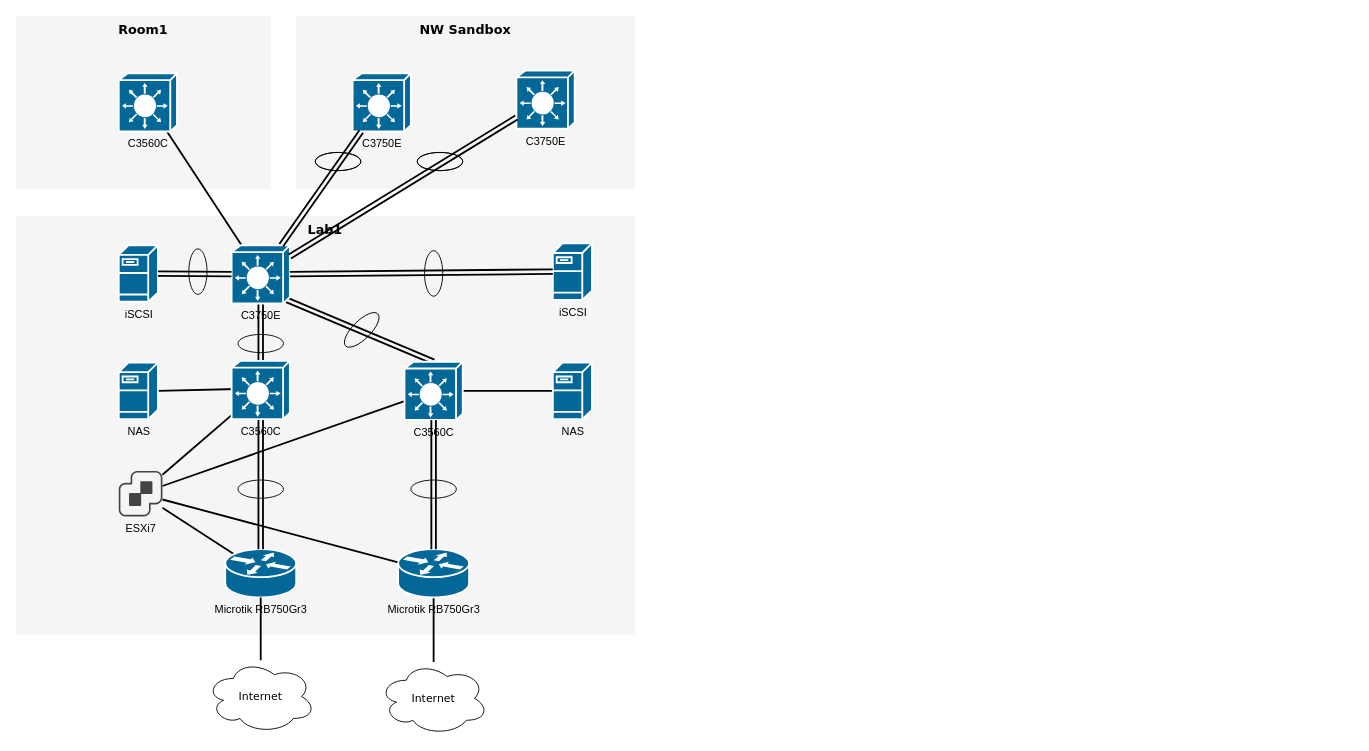
This is 名称未設定ファイル.drawio from hirofumihida/drowio-home, a draw.io file, before an edit. Source tidied: cells renumbered, new cells numbered last; positions are measured from the earlier drawing's top-left corner, leaving out a move shared by most shapes. Both pictures are drawn from the tidied source at 91%, with x=0, y=0 at pixel (15, 15).
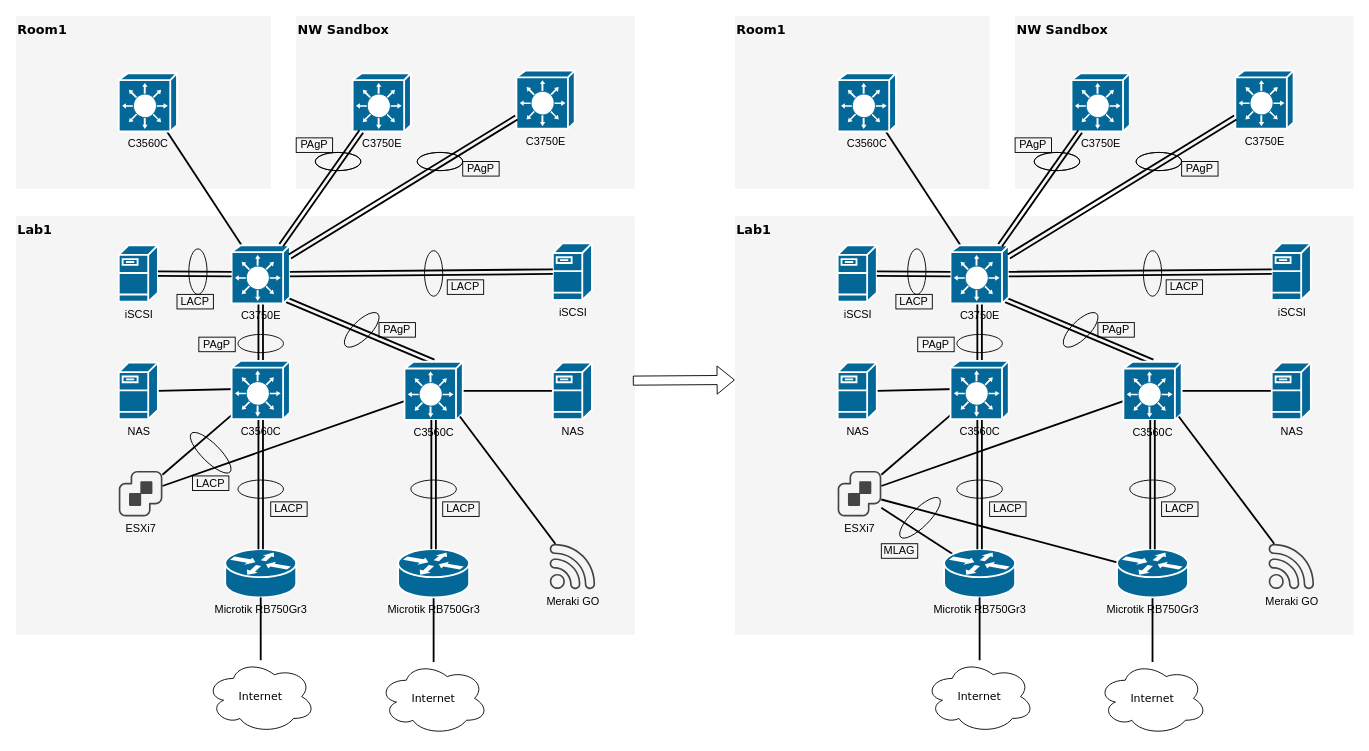
The same diagram, later.

Commit message (it also covers changes not shown here):
名称未設定ファイル.drawio を更新します

The change refers to these unchanged cells:
```xml
<mxCell id="15" value="&lt;span style=&quot;font-family: Helvetica;&quot;&gt;Microtik&amp;nbsp;&lt;/span&gt;&lt;font face=&quot;Helvetica&quot;&gt;RB750Gr3&lt;/font&gt;" style="shape=mxgraph.cisco.routers.router;html=1;dashed=0;fillColor=#036897;strokeColor=#ffffff;strokeWidth=2;verticalLabelPosition=bottom;verticalAlign=top;rounded=0;shadow=0;comic=0;fontFamily=Verdana;fontSize=12;" parent="1" vertex="1">
  <mxGeometry x="230" y="586" width="78" height="53" as="geometry" />
</mxCell>
<mxCell id="17" value="&lt;span style=&quot;font-family: Helvetica;&quot;&gt;Microtik&amp;nbsp;&lt;/span&gt;&lt;font face=&quot;Helvetica&quot;&gt;RB750Gr3&lt;/font&gt;" style="shape=mxgraph.cisco.routers.router;html=1;dashed=0;fillColor=#036897;strokeColor=#ffffff;strokeWidth=2;verticalLabelPosition=bottom;verticalAlign=top;rounded=0;shadow=0;comic=0;fontFamily=Verdana;fontSize=12;" parent="1" vertex="1">
  <mxGeometry x="420" y="586" width="78" height="53" as="geometry" />
</mxCell>
<mxCell id="20" value="C3560C" style="shape=mxgraph.cisco.switches.layer_3_switch;sketch=0;html=1;dashed=0;fillColor=#036897;strokeColor=#ffffff;strokeWidth=2;verticalLabelPosition=bottom;verticalAlign=top;align=center;outlineConnect=0;" parent="1" vertex="1">
  <mxGeometry x="427" y="380" width="64" height="64" as="geometry" />
</mxCell>
<mxCell id="22" value="ESXi7" style="sketch=0;shadow=0;dashed=0;html=1;strokeColor=none;fillColor=#434445;labelPosition=center;verticalLabelPosition=bottom;verticalAlign=top;align=center;outlineConnect=0;shape=mxgraph.vvd.vcenter_server;" parent="1" vertex="1">
  <mxGeometry x="113" y="500" width="48" height="50" as="geometry" />
</mxCell>
```

What changed in the source:
```diff
@@
-    <mxCell id="2" value="NW Sandbox" style="whiteSpace=wrap;html=1;rounded=0;shadow=0;comic=0;strokeWidth=1;fontFamily=Verdana;fontSize=14;fillColor=#f5f5f5;strokeColor=none;verticalAlign=top;fontStyle=1;" parent="1" vertex="1">
+    <mxCell id="2" value="NW Sandbox" style="whiteSpace=wrap;html=1;rounded=0;shadow=0;comic=0;strokeWidth=1;fontFamily=Verdana;fontSize=14;fillColor=#f5f5f5;strokeColor=none;verticalAlign=top;fontStyle=1;align=left;" parent="1" vertex="1">
       <mxGeometry x="308" width="372" height="190" as="geometry" />
     </mxCell>
-    <mxCell id="3" value="Room1" style="whiteSpace=wrap;html=1;rounded=0;shadow=0;comic=0;strokeWidth=1;fontFamily=Verdana;fontSize=14;fillColor=#f5f5f5;strokeColor=none;verticalAlign=top;fontStyle=1;" parent="1" vertex="1">
+    <mxCell id="3" value="Room1" style="whiteSpace=wrap;html=1;rounded=0;shadow=0;comic=0;strokeWidth=1;fontFamily=Verdana;fontSize=14;fillColor=#f5f5f5;strokeColor=none;verticalAlign=top;fontStyle=1;align=left;" parent="1" vertex="1">
       <mxGeometry width="280" height="190" as="geometry" />
     </mxCell>
-    <mxCell id="4" value="Lab1" style="whiteSpace=wrap;html=1;rounded=0;shadow=0;comic=0;strokeWidth=1;fontFamily=Verdana;fontSize=14;fillColor=#f5f5f5;strokeColor=none;verticalAlign=top;fontStyle=1;" parent="1" vertex="1">
+    <mxCell id="4" value="Lab1" style="whiteSpace=wrap;html=1;rounded=0;shadow=0;comic=0;strokeWidth=1;fontFamily=Verdana;fontSize=14;fillColor=#f5f5f5;strokeColor=none;verticalAlign=top;fontStyle=1;align=left;" parent="1" vertex="1">
       <mxGeometry y="220" width="680" height="460" as="geometry" />
     </mxCell>
@@
-    <mxCell id="6" style="edgeStyle=none;html=1;labelBackgroundColor=none;startFill=0;endArrow=none;endFill=0;strokeWidth=2;fontFamily=Verdana;fontSize=12;exitX=0.026;exitY=0.283;exitDx=0;exitDy=0;exitPerimeter=0;" parent="1" edge="1" source="17" target="22">
-      <mxGeometry relative="1" as="geometry" />
-    </mxCell>
-    <mxCell id="7" style="edgeStyle=none;html=1;labelBackgroundColor=none;startFill=0;endArrow=none;endFill=0;strokeWidth=2;fontFamily=Verdana;fontSize=12;entryX=0.12;entryY=0.1;entryDx=0;entryDy=0;entryPerimeter=0;" parent="1" edge="1" source="22" target="15">
-      <mxGeometry relative="1" as="geometry" />
-    </mxCell>
@@
+    <mxCell id="47" value="Meraki GO" style="sketch=0;shadow=0;dashed=0;html=1;strokeColor=none;fillColor=#434445;labelPosition=center;verticalLabelPosition=bottom;verticalAlign=top;align=center;outlineConnect=0;shape=mxgraph.vvd.wi_fi;" parent="1" vertex="1">
+      <mxGeometry x="586.5" y="580" width="50" height="50" as="geometry" />
+    </mxCell>
+    <mxCell id="48" style="edgeStyle=none;html=1;labelBackgroundColor=none;startFill=0;endArrow=none;endFill=0;strokeWidth=2;fontFamily=Verdana;fontSize=12;exitX=0.95;exitY=0.94;exitDx=0;exitDy=0;exitPerimeter=0;" parent="1" edge="1" source="20" target="47">
+      <mxGeometry relative="1" as="geometry" />
+    </mxCell>
+    <mxCell id="49" style="ellipse;whiteSpace=wrap;html=1;fillColor=none;direction=west;rotation=45;" parent="1" vertex="1">
+      <mxGeometry x="184" y="470" width="60" height="20" as="geometry" />
+    </mxCell>
+    <mxCell id="50" value="LACP" style="rounded=0;whiteSpace=wrap;html=1;fillColor=none;" parent="1" vertex="1">
+      <mxGeometry x="469" y="534" width="40" height="16" as="geometry" />
+    </mxCell>
+    <mxCell id="51" value="LACP" style="rounded=0;whiteSpace=wrap;html=1;fillColor=none;" parent="1" vertex="1">
+      <mxGeometry x="280" y="534" width="40" height="16" as="geometry" />
+    </mxCell>
+    <mxCell id="52" value="LACP" style="rounded=0;whiteSpace=wrap;html=1;fillColor=none;" parent="1" vertex="1">
+      <mxGeometry x="194" y="505.5" width="40" height="16" as="geometry" />
+    </mxCell>
+    <mxCell id="53" value="LACP" style="rounded=0;whiteSpace=wrap;html=1;fillColor=none;" parent="1" vertex="1">
+      <mxGeometry x="474" y="290" width="40" height="16" as="geometry" />
+    </mxCell>
+    <mxCell id="54" value="LACP" style="rounded=0;whiteSpace=wrap;html=1;fillColor=none;" parent="1" vertex="1">
+      <mxGeometry x="177" y="306" width="40" height="16" as="geometry" />
+    </mxCell>
+    <mxCell id="55" value="PAgP" style="rounded=0;whiteSpace=wrap;html=1;fillColor=none;" parent="1" vertex="1">
+      <mxGeometry x="399" y="337" width="40" height="16" as="geometry" />
+    </mxCell>
+    <mxCell id="56" value="PAgP" style="rounded=0;whiteSpace=wrap;html=1;fillColor=none;" parent="1" vertex="1">
+      <mxGeometry x="201" y="353" width="40" height="16" as="geometry" />
+    </mxCell>
+    <mxCell id="57" value="PAgP" style="rounded=0;whiteSpace=wrap;html=1;fillColor=none;" parent="1" vertex="1">
+      <mxGeometry x="308" y="134" width="40" height="16" as="geometry" />
+    </mxCell>
+    <mxCell id="58" value="PAgP" style="rounded=0;whiteSpace=wrap;html=1;fillColor=none;" parent="1" vertex="1">
+      <mxGeometry x="491" y="160" width="40" height="16" as="geometry" />
+    </mxCell>
+    <mxCell id="59" value="NW Sandbox" style="whiteSpace=wrap;html=1;rounded=0;shadow=0;comic=0;strokeWidth=1;fontFamily=Verdana;fontSize=14;fillColor=#f5f5f5;strokeColor=none;verticalAlign=top;fontStyle=1;align=left;" parent="1" vertex="1">
+      <mxGeometry x="1098" width="372" height="190" as="geometry" />
+    </mxCell>
+    <mxCell id="60" value="Room1" style="whiteSpace=wrap;html=1;rounded=0;shadow=0;comic=0;strokeWidth=1;fontFamily=Verdana;fontSize=14;fillColor=#f5f5f5;strokeColor=none;verticalAlign=top;fontStyle=1;align=left;" parent="1" vertex="1">
+      <mxGeometry x="790" width="280" height="190" as="geometry" />
+    </mxCell>
+    <mxCell id="61" value="Lab1" style="whiteSpace=wrap;html=1;rounded=0;shadow=0;comic=0;strokeWidth=1;fontFamily=Verdana;fontSize=14;fillColor=#f5f5f5;strokeColor=none;verticalAlign=top;fontStyle=1;align=left;" parent="1" vertex="1">
+      <mxGeometry x="790" y="220" width="680" height="460" as="geometry" />
+    </mxCell>
+    <mxCell id="62" style="edgeStyle=none;html=1;labelBackgroundColor=none;startFill=0;endArrow=none;endFill=0;strokeWidth=2;fontFamily=Verdana;fontSize=12;" parent="1" edge="1" source="88" target="79">
+      <mxGeometry relative="1" as="geometry" />
+    </mxCell>
+    <mxCell id="63" style="edgeStyle=none;html=1;labelBackgroundColor=none;startFill=0;endArrow=none;endFill=0;strokeWidth=2;fontFamily=Verdana;fontSize=12;exitX=0.026;exitY=0.283;exitDx=0;exitDy=0;exitPerimeter=0;" parent="1" edge="1" source="74" target="79">
+      <mxGeometry relative="1" as="geometry" />
+    </mxCell>
+    <mxCell id="64" style="edgeStyle=none;html=1;labelBackgroundColor=none;startFill=0;endArrow=none;endFill=0;strokeWidth=2;fontFamily=Verdana;fontSize=12;entryX=0.12;entryY=0.1;entryDx=0;entryDy=0;entryPerimeter=0;" parent="1" edge="1" source="79" target="72">
+      <mxGeometry relative="1" as="geometry" />
+    </mxCell>
+    <mxCell id="65" style="edgeStyle=none;html=1;labelBackgroundColor=none;startFill=0;endArrow=none;endFill=0;strokeWidth=2;fontFamily=Verdana;fontSize=12;" parent="1" edge="1" source="77" target="79">
+      <mxGeometry relative="1" as="geometry" />
+    </mxCell>
+    <mxCell id="66" style="edgeStyle=none;html=1;labelBackgroundColor=none;startFill=0;endArrow=none;endFill=0;strokeWidth=2;fontFamily=Verdana;fontSize=12;exitX=0.95;exitY=0.94;exitDx=0;exitDy=0;exitPerimeter=0;entryX=0.5;entryY=0;entryDx=0;entryDy=0;entryPerimeter=0;shape=link;" parent="1" edge="1" source="78" target="77">
+      <mxGeometry relative="1" as="geometry" />
+    </mxCell>
+    <mxCell id="67" style="edgeStyle=none;html=1;labelBackgroundColor=none;startFill=0;endArrow=none;endFill=0;strokeWidth=2;fontFamily=Verdana;fontSize=12;entryX=1;entryY=0.5;entryDx=0;entryDy=0;entryPerimeter=0;exitX=0.109;exitY=0.484;exitDx=0;exitDy=0;exitPerimeter=0;" parent="1" edge="1" source="88" target="81">
+      <mxGeometry relative="1" as="geometry" />
+    </mxCell>
+    <mxCell id="68" style="edgeStyle=none;html=1;labelBackgroundColor=none;startFill=0;endArrow=none;endFill=0;strokeWidth=2;fontFamily=Verdana;fontSize=12;entryX=0.5;entryY=0.172;entryDx=0;entryDy=0;entryPerimeter=0;exitX=0.5;exitY=1;exitDx=0;exitDy=0;exitPerimeter=0;shape=link;" parent="1" edge="1" source="78" target="88">
+      <mxGeometry relative="1" as="geometry" />
+    </mxCell>
+    <mxCell id="69" style="edgeStyle=none;html=1;labelBackgroundColor=none;startFill=0;endArrow=none;endFill=0;strokeWidth=2;fontFamily=Verdana;fontSize=12;" parent="1" edge="1" source="77" target="80">
+      <mxGeometry relative="1" as="geometry" />
+    </mxCell>
+    <mxCell id="70" style="edgeStyle=none;html=1;labelBackgroundColor=none;startFill=0;endArrow=none;endFill=0;strokeWidth=2;fontFamily=Verdana;fontSize=12;" parent="1" edge="1" source="82" target="78">
+      <mxGeometry relative="1" as="geometry" />
+    </mxCell>
+    <mxCell id="71" value="Internet" style="ellipse;shape=cloud;whiteSpace=wrap;html=1;rounded=0;shadow=0;comic=0;strokeWidth=1;fontFamily=Verdana;fontSize=12;" parent="1" vertex="1">
+      <mxGeometry x="1189" y="710" width="120" height="80" as="geometry" />
+    </mxCell>
+    <mxCell id="72" value="&lt;span style=&quot;font-family: Helvetica;&quot;&gt;Microtik&amp;nbsp;&lt;/span&gt;&lt;font face=&quot;Helvetica&quot;&gt;RB750Gr3&lt;/font&gt;" style="shape=mxgraph.cisco.routers.router;html=1;dashed=0;fillColor=#036897;strokeColor=#ffffff;strokeWidth=2;verticalLabelPosition=bottom;verticalAlign=top;rounded=0;shadow=0;comic=0;fontFamily=Verdana;fontSize=12;" parent="1" vertex="1">
+      <mxGeometry x="1020" y="586" width="78" height="53" as="geometry" />
+    </mxCell>
+    <mxCell id="73" style="edgeStyle=none;html=1;labelBackgroundColor=none;startFill=0;endArrow=none;endFill=0;strokeWidth=2;fontFamily=Verdana;fontSize=12;" parent="1" edge="1" source="74" target="71">
+      <mxGeometry relative="1" as="geometry" />
+    </mxCell>
+    <mxCell id="74" value="&lt;span style=&quot;font-family: Helvetica;&quot;&gt;Microtik&amp;nbsp;&lt;/span&gt;&lt;font face=&quot;Helvetica&quot;&gt;RB750Gr3&lt;/font&gt;" style="shape=mxgraph.cisco.routers.router;html=1;dashed=0;fillColor=#036897;strokeColor=#ffffff;strokeWidth=2;verticalLabelPosition=bottom;verticalAlign=top;rounded=0;shadow=0;comic=0;fontFamily=Verdana;fontSize=12;" parent="1" vertex="1">
+      <mxGeometry x="1210" y="586" width="78" height="53" as="geometry" />
+    </mxCell>
+    <mxCell id="75" value="Internet" style="ellipse;shape=cloud;whiteSpace=wrap;html=1;rounded=0;shadow=0;comic=0;strokeWidth=1;fontFamily=Verdana;fontSize=12;" parent="1" vertex="1">
+      <mxGeometry x="999" y="708" width="120" height="80" as="geometry" />
+    </mxCell>
+    <mxCell id="76" style="edgeStyle=none;html=1;labelBackgroundColor=none;startFill=0;endArrow=none;endFill=0;strokeWidth=2;fontFamily=Verdana;fontSize=12;exitX=0.5;exitY=1;exitDx=0;exitDy=0;exitPerimeter=0;" parent="1" edge="1" source="72" target="75">
+      <mxGeometry relative="1" as="geometry" />
+    </mxCell>
+    <mxCell id="77" value="C3560C" style="shape=mxgraph.cisco.switches.layer_3_switch;sketch=0;html=1;dashed=0;fillColor=#036897;strokeColor=#ffffff;strokeWidth=2;verticalLabelPosition=bottom;verticalAlign=top;align=center;outlineConnect=0;" parent="1" vertex="1">
+      <mxGeometry x="1217" y="380" width="64" height="64" as="geometry" />
+    </mxCell>
+    <mxCell id="78" value="C3750E" style="shape=mxgraph.cisco.switches.layer_3_switch;sketch=0;html=1;dashed=0;fillColor=#036897;strokeColor=#ffffff;strokeWidth=2;verticalLabelPosition=bottom;verticalAlign=top;align=center;outlineConnect=0;" parent="1" vertex="1">
+      <mxGeometry x="1027" y="252" width="64" height="64" as="geometry" />
+    </mxCell>
+    <mxCell id="79" value="ESXi7" style="sketch=0;shadow=0;dashed=0;html=1;strokeColor=none;fillColor=#434445;labelPosition=center;verticalLabelPosition=bottom;verticalAlign=top;align=center;outlineConnect=0;shape=mxgraph.vvd.vcenter_server;" parent="1" vertex="1">
+      <mxGeometry x="903" y="500" width="48" height="50" as="geometry" />
+    </mxCell>
+    <mxCell id="80" value="NAS" style="shape=mxgraph.cisco.servers.fileserver;html=1;dashed=0;fillColor=#036897;strokeColor=#ffffff;strokeWidth=2;verticalLabelPosition=bottom;verticalAlign=top;align=center;outlineConnect=0;" parent="1" vertex="1">
+      <mxGeometry x="1380" y="381" width="43" height="62" as="geometry" />
+    </mxCell>
+    <mxCell id="81" value="NAS" style="shape=mxgraph.cisco.servers.fileserver;html=1;dashed=0;fillColor=#036897;strokeColor=#ffffff;strokeWidth=2;verticalLabelPosition=bottom;verticalAlign=top;align=center;outlineConnect=0;" parent="1" vertex="1">
+      <mxGeometry x="903" y="381" width="43" height="62" as="geometry" />
+    </mxCell>
+    <mxCell id="82" value="C&lt;span style=&quot;background-color: initial;&quot;&gt;3560C&lt;/span&gt;" style="shape=mxgraph.cisco.switches.layer_3_switch;sketch=0;html=1;dashed=0;fillColor=#036897;strokeColor=#ffffff;strokeWidth=2;verticalLabelPosition=bottom;verticalAlign=top;align=center;outlineConnect=0;" parent="1" vertex="1">
+      <mxGeometry x="903" y="63" width="64" height="64" as="geometry" />
+    </mxCell>
+    <mxCell id="83" value="C3750E" style="shape=mxgraph.cisco.switches.layer_3_switch;sketch=0;html=1;dashed=0;fillColor=#036897;strokeColor=#ffffff;strokeWidth=2;verticalLabelPosition=bottom;verticalAlign=top;align=center;outlineConnect=0;" parent="1" vertex="1">
+      <mxGeometry x="1160" y="63" width="64" height="64" as="geometry" />
+    </mxCell>
+    <mxCell id="84" value="C3750E" style="shape=mxgraph.cisco.switches.layer_3_switch;sketch=0;html=1;dashed=0;fillColor=#036897;strokeColor=#ffffff;strokeWidth=2;verticalLabelPosition=bottom;verticalAlign=top;align=center;outlineConnect=0;" parent="1" vertex="1">
+      <mxGeometry x="1340" y="60" width="64" height="64" as="geometry" />
+    </mxCell>
+    <mxCell id="85" value="iSCSI" style="shape=mxgraph.cisco.servers.fileserver;html=1;dashed=0;fillColor=#036897;strokeColor=#ffffff;strokeWidth=2;verticalLabelPosition=bottom;verticalAlign=top;align=center;outlineConnect=0;" parent="1" vertex="1">
+      <mxGeometry x="903" y="252" width="43" height="62" as="geometry" />
+    </mxCell>
+    <mxCell id="86" value="iSCSI" style="shape=mxgraph.cisco.servers.fileserver;html=1;dashed=0;fillColor=#036897;strokeColor=#ffffff;strokeWidth=2;verticalLabelPosition=bottom;verticalAlign=top;align=center;outlineConnect=0;" parent="1" vertex="1">
+      <mxGeometry x="1380" y="250" width="43" height="62" as="geometry" />
+    </mxCell>
+    <mxCell id="87" style="edgeStyle=none;html=1;labelBackgroundColor=none;startFill=0;endArrow=none;endFill=0;strokeWidth=2;fontFamily=Verdana;fontSize=12;entryX=0.5;entryY=0;entryDx=0;entryDy=0;entryPerimeter=0;shape=link;" parent="1" edge="1" source="88" target="72">
+      <mxGeometry relative="1" as="geometry" />
+    </mxCell>
+    <mxCell id="88" value="C3560C" style="shape=mxgraph.cisco.switches.layer_3_switch;sketch=0;html=1;dashed=0;fillColor=#036897;strokeColor=#ffffff;strokeWidth=2;verticalLabelPosition=bottom;verticalAlign=top;align=center;outlineConnect=0;" parent="1" vertex="1">
+      <mxGeometry x="1027" y="379" width="64" height="64" as="geometry" />
+    </mxCell>
+    <mxCell id="89" style="edgeStyle=none;html=1;labelBackgroundColor=none;startFill=0;endArrow=none;endFill=0;strokeWidth=2;fontFamily=Verdana;fontSize=12;shape=link;exitX=0.5;exitY=1;exitDx=0;exitDy=0;exitPerimeter=0;" parent="1" edge="1" source="77" target="74">
+      <mxGeometry relative="1" as="geometry" />
+    </mxCell>
+    <mxCell id="90" style="edgeStyle=none;html=1;labelBackgroundColor=none;startFill=0;endArrow=none;endFill=0;strokeWidth=2;fontFamily=Verdana;fontSize=12;shape=link;" parent="1" edge="1" source="85" target="78">
+      <mxGeometry relative="1" as="geometry" />
+    </mxCell>
+    <mxCell id="91" style="edgeStyle=none;html=1;labelBackgroundColor=none;startFill=0;endArrow=none;endFill=0;strokeWidth=2;fontFamily=Verdana;fontSize=12;shape=link;entryX=0;entryY=0.5;entryDx=0;entryDy=0;entryPerimeter=0;" parent="1" edge="1" source="78" target="86">
+      <mxGeometry relative="1" as="geometry" />
+    </mxCell>
+    <mxCell id="92" style="edgeStyle=none;html=1;labelBackgroundColor=none;startFill=0;endArrow=none;endFill=0;strokeWidth=2;fontFamily=Verdana;fontSize=12;shape=link;" parent="1" edge="1" source="78" target="84">
+      <mxGeometry relative="1" as="geometry" />
+    </mxCell>
+    <mxCell id="93" style="ellipse;whiteSpace=wrap;html=1;fillColor=none;" parent="1" vertex="1">
+      <mxGeometry x="1224" y="510" width="50" height="20" as="geometry" />
+    </mxCell>
+    <mxCell id="94" style="ellipse;whiteSpace=wrap;html=1;fillColor=none;" parent="1" vertex="1">
+      <mxGeometry x="1034" y="510" width="50" height="20" as="geometry" />
+    </mxCell>
+    <mxCell id="95" style="ellipse;whiteSpace=wrap;html=1;fillColor=none;" parent="1" vertex="1">
+      <mxGeometry x="1034" y="350" width="50" height="20" as="geometry" />
+    </mxCell>
+    <mxCell id="96" style="ellipse;whiteSpace=wrap;html=1;fillColor=none;" parent="1" vertex="1">
+      <mxGeometry x="1231" y="150" width="50" height="20" as="geometry" />
+    </mxCell>
+    <mxCell id="97" style="edgeStyle=none;html=1;labelBackgroundColor=none;startFill=0;endArrow=none;endFill=0;strokeWidth=2;fontFamily=Verdana;fontSize=12;shape=link;" parent="1" edge="1" source="78" target="83">
+      <mxGeometry relative="1" as="geometry" />
+    </mxCell>
+    <mxCell id="98" style="ellipse;whiteSpace=wrap;html=1;fillColor=none;direction=south;" parent="1" vertex="1">
+      <mxGeometry x="1239" y="258" width="20" height="50" as="geometry" />
+    </mxCell>
+    <mxCell id="99" style="ellipse;whiteSpace=wrap;html=1;fillColor=none;direction=south;" parent="1" vertex="1">
+      <mxGeometry x="980" y="256" width="20" height="50" as="geometry" />
+    </mxCell>
+    <mxCell id="100" style="ellipse;whiteSpace=wrap;html=1;fillColor=none;" parent="1" vertex="1">
+      <mxGeometry x="1231" y="150" width="50" height="20" as="geometry" />
+    </mxCell>
+    <mxCell id="101" style="ellipse;whiteSpace=wrap;html=1;fillColor=none;" parent="1" vertex="1">
+      <mxGeometry x="1119" y="150" width="50" height="20" as="geometry" />
+    </mxCell>
+    <mxCell id="102" style="ellipse;whiteSpace=wrap;html=1;fillColor=none;" parent="1" vertex="1">
+      <mxGeometry x="1119" y="150" width="50" height="20" as="geometry" />
+    </mxCell>
+    <mxCell id="103" style="ellipse;whiteSpace=wrap;html=1;fillColor=none;direction=south;rotation=45;" parent="1" vertex="1">
+      <mxGeometry x="1160" y="320" width="20" height="50" as="geometry" />
+    </mxCell>
+    <mxCell id="104" value="Meraki GO" style="sketch=0;shadow=0;dashed=0;html=1;strokeColor=none;fillColor=#434445;labelPosition=center;verticalLabelPosition=bottom;verticalAlign=top;align=center;outlineConnect=0;shape=mxgraph.vvd.wi_fi;" parent="1" vertex="1">
+      <mxGeometry x="1376.5" y="580" width="50" height="50" as="geometry" />
+    </mxCell>
+    <mxCell id="105" style="edgeStyle=none;html=1;labelBackgroundColor=none;startFill=0;endArrow=none;endFill=0;strokeWidth=2;fontFamily=Verdana;fontSize=12;exitX=0.95;exitY=0.94;exitDx=0;exitDy=0;exitPerimeter=0;" parent="1" edge="1" source="77" target="104">
+      <mxGeometry relative="1" as="geometry" />
+    </mxCell>
+    <mxCell id="106" style="ellipse;whiteSpace=wrap;html=1;fillColor=none;direction=south;rotation=45;" parent="1" vertex="1">
+      <mxGeometry x="983.5" y="521.5" width="20" height="60" as="geometry" />
+    </mxCell>
+    <mxCell id="107" value="LACP" style="rounded=0;whiteSpace=wrap;html=1;fillColor=none;" parent="1" vertex="1">
+      <mxGeometry x="1259" y="534" width="40" height="16" as="geometry" />
+    </mxCell>
+    <mxCell id="108" value="LACP" style="rounded=0;whiteSpace=wrap;html=1;fillColor=none;" parent="1" vertex="1">
+      <mxGeometry x="1070" y="534" width="40" height="16" as="geometry" />
+    </mxCell>
+    <mxCell id="109" value="MLAG" style="rounded=0;whiteSpace=wrap;html=1;fillColor=none;" parent="1" vertex="1">
+      <mxGeometry x="951" y="580" width="40" height="16" as="geometry" />
+    </mxCell>
+    <mxCell id="110" value="LACP" style="rounded=0;whiteSpace=wrap;html=1;fillColor=none;" parent="1" vertex="1">
+      <mxGeometry x="1264" y="290" width="40" height="16" as="geometry" />
+    </mxCell>
+    <mxCell id="111" value="LACP" style="rounded=0;whiteSpace=wrap;html=1;fillColor=none;" parent="1" vertex="1">
+      <mxGeometry x="967" y="306" width="40" height="16" as="geometry" />
+    </mxCell>
+    <mxCell id="112" value="PAgP" style="rounded=0;whiteSpace=wrap;html=1;fillColor=none;" parent="1" vertex="1">
+      <mxGeometry x="1189" y="337" width="40" height="16" as="geometry" />
+    </mxCell>
+    <mxCell id="113" value="PAgP" style="rounded=0;whiteSpace=wrap;html=1;fillColor=none;" parent="1" vertex="1">
+      <mxGeometry x="991" y="353" width="40" height="16" as="geometry" />
+    </mxCell>
+    <mxCell id="114" value="PAgP" style="rounded=0;whiteSpace=wrap;html=1;fillColor=none;" parent="1" vertex="1">
+      <mxGeometry x="1098" y="134" width="40" height="16" as="geometry" />
+    </mxCell>
+    <mxCell id="115" value="PAgP" style="rounded=0;whiteSpace=wrap;html=1;fillColor=none;" parent="1" vertex="1">
+      <mxGeometry x="1281" y="160" width="40" height="16" as="geometry" />
+    </mxCell>
+    <mxCell id="116" style="shape=flexArrow;endArrow=classic;html=1;rounded=0;exitX=0.997;exitY=0.393;exitDx=0;exitDy=0;exitPerimeter=0;" parent="1" edge="1" source="4">
+      <mxGeometry relative="1" as="geometry">
+        <mxPoint x="790" y="400" as="targetPoint" />
+      </mxGeometry>
+    </mxCell>
```
